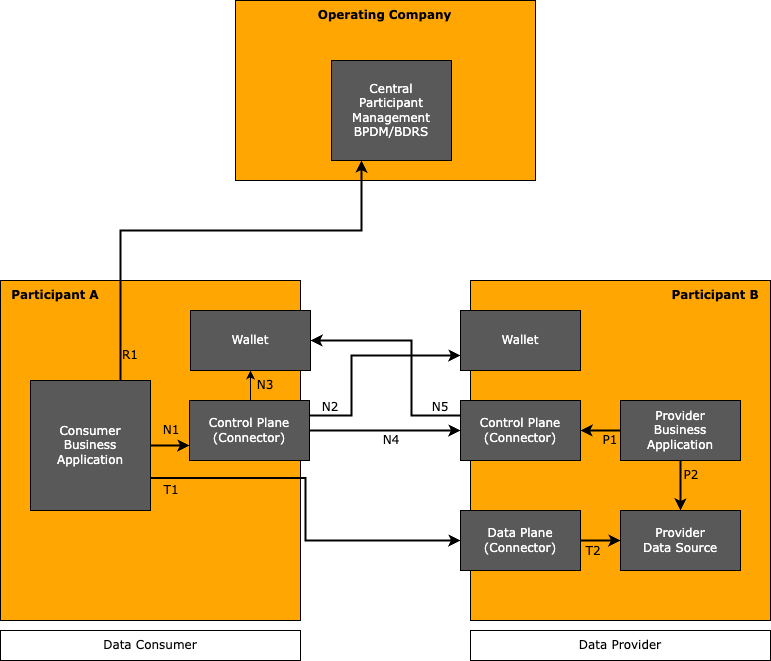
eclipse-tractusx/eclipse-tractusx.github.io keeps this draw.io diagram as docs-kits/kits/connector-kit/adoption-view/assets/connector_interactions.drawio.png. Above is the earlier version. Source tidied: cells renumbered, new cells last; positions are measured from the earlier drawing's top-left corner, leaving out a move shared by most shapes.
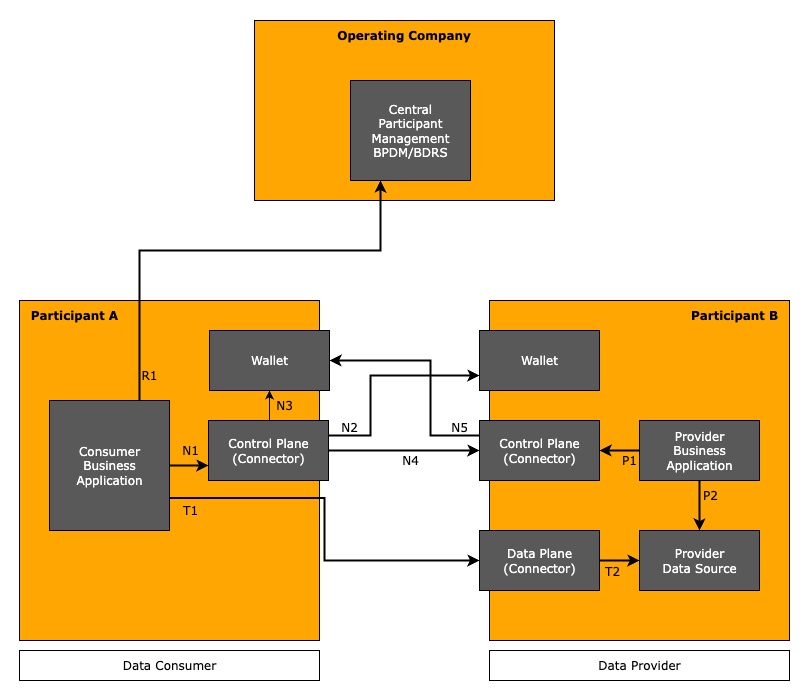
After the commit.

Diff of the diagram source:
```diff
@@ -2,6 +2,9 @@
   <root>
     <mxCell id="0" />
     <mxCell id="1" parent="0" />
+    <mxCell id="39" style="rounded=0;whiteSpace=wrap;html=1;strokeColor=none;" parent="1" vertex="1">
+      <mxGeometry x="-19" y="-20" width="810" height="700" as="geometry" />
+    </mxCell>
     <mxCell id="2" style="rounded=0;whiteSpace=wrap;html=1;fillColor=light-dark(#FFA602,#121212);align=left;" parent="1" vertex="1">
       <mxGeometry y="280" width="300" height="340" as="geometry" />
     </mxCell>
```
